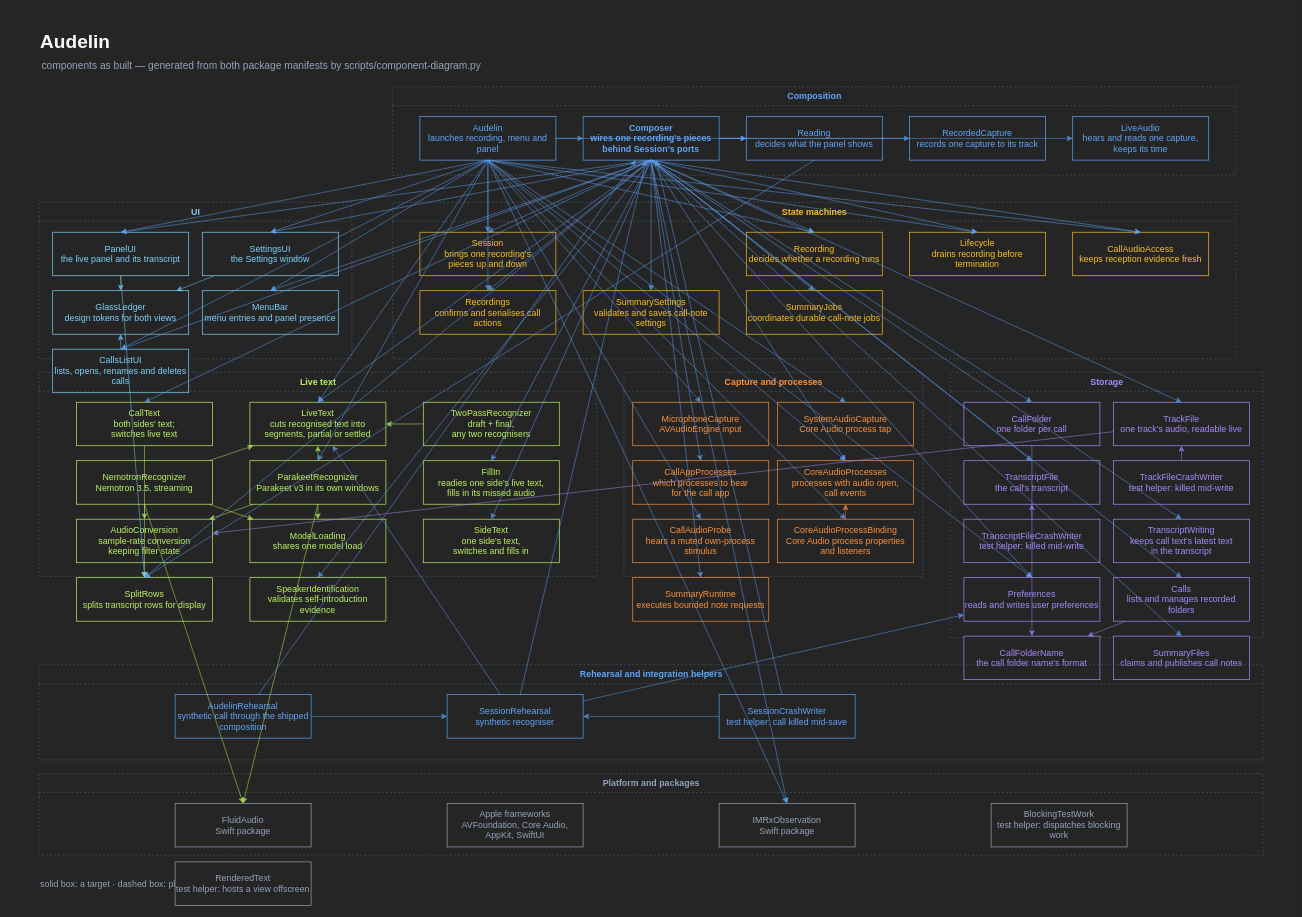
This is audelin/docs/live-text.drawio from igor1309/ai-labs, a draw.io file, before an edit. Source tidied: cells renumbered, new cells numbered last; positions are measured from the earlier drawing's top-left corner, leaving out a move shared by most shapes. Both pictures are drawn from the tidied source at 68%, with x=0, y=0 at pixel (12, 12).
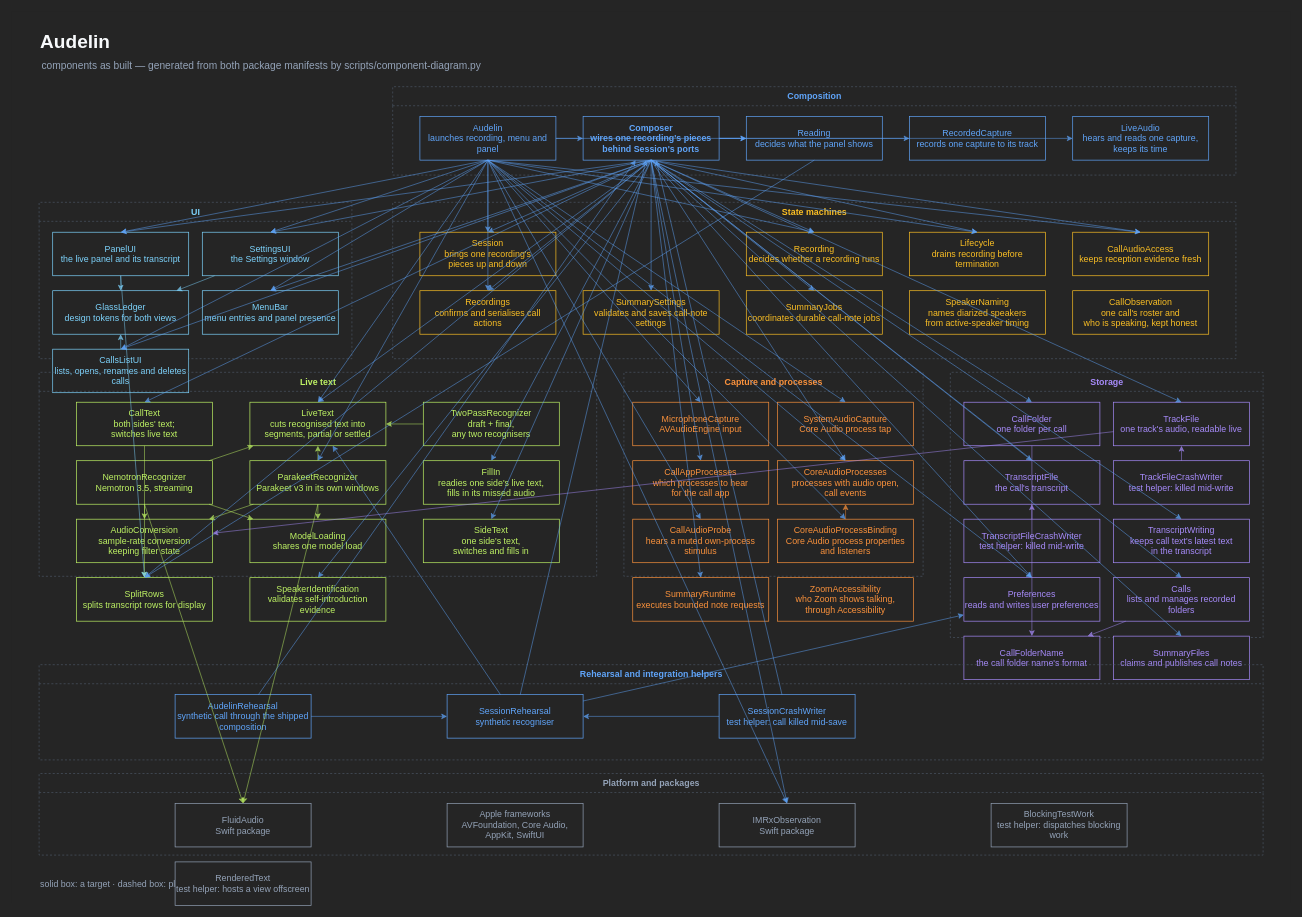
The same diagram, later.

Unchanged cells that the change refers to:
```xml
<mxCell id="8" value="State machines" style="swimlane;startSize=28;rounded=0;html=1;fillColor=none;strokeColor=#4b5563;dashed=1;fontSize=13;fontColor=#fbbf24;" parent="2" vertex="1">
  <mxGeometry x="560" y="280" width="1240" height="230" as="geometry" />
</mxCell>
<mxCell id="10" value="Capture and processes" style="swimlane;startSize=28;rounded=0;html=1;fillColor=none;strokeColor=#4b5563;dashed=1;fontSize=13;fontColor=#fb923c;" parent="2" vertex="1">
  <mxGeometry x="900" y="530" width="440" height="300" as="geometry" />
</mxCell>
```

Change to the diagram source:
```diff
@@
+    <mxCell id="146" value="ZoomAccessibility&#10;who Zoom shows talking,&#10;through Accessibility" style="rounded=0;whiteSpace=wrap;html=1;fillColor=#252525;strokeColor=#fb923c;fontColor=#fb923c;fontSize=13;" parent="10" vertex="1">
+      <mxGeometry x="226" y="302" width="200" height="64" as="geometry" />
+    </mxCell>
+    <mxCell id="147" value="CallObservation&#10;one call's roster and&#10;who is speaking, kept honest" style="rounded=0;whiteSpace=wrap;html=1;fillColor=#252525;strokeColor=#fbbf24;fontColor=#fbbf24;fontSize=13;" parent="8" vertex="1">
+      <mxGeometry x="1000" y="130" width="200" height="64" as="geometry" />
+    </mxCell>
+    <mxCell id="148" value="SpeakerNaming&#10;names diarized speakers&#10;from active-speaker timing" style="rounded=0;whiteSpace=wrap;html=1;fillColor=#252525;strokeColor=#fbbf24;fontColor=#fbbf24;fontSize=13;" parent="8" vertex="1">
+      <mxGeometry x="760" y="130" width="200" height="64" as="geometry" />
+    </mxCell>
```
